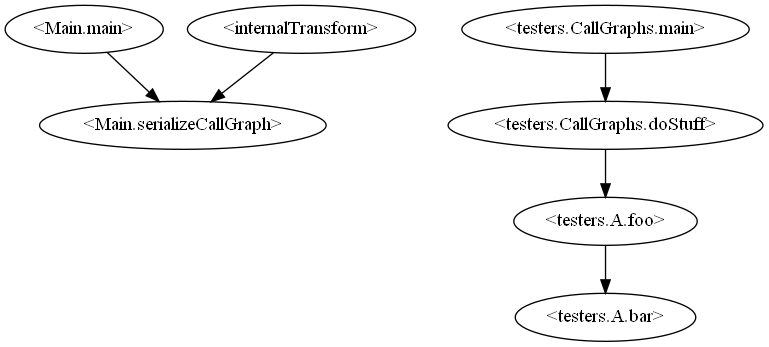
The Graphviz diagram call-graph.png in 1visible/TP2_Evol-Restruct, before a commit. Its source is kept beside it as call-graph.dot.
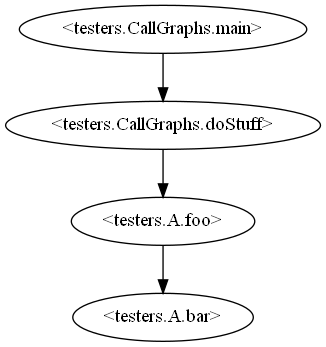
Later version of the same file.

Diff of the diagram source:
```diff
@@ -1,6 +1,4 @@
 digraph "call-graph" {
-	"<Main.main>"->"<Main.serializeCallGraph>";
-	"<internalTransform>"->"<Main.serializeCallGraph>";
 	"<testers.CallGraphs.main>"->"<testers.CallGraphs.doStuff>";
 	"<testers.CallGraphs.doStuff>"->"<testers.A.foo>";
 	"<testers.A.foo>"->"<testers.A.bar>";
```
